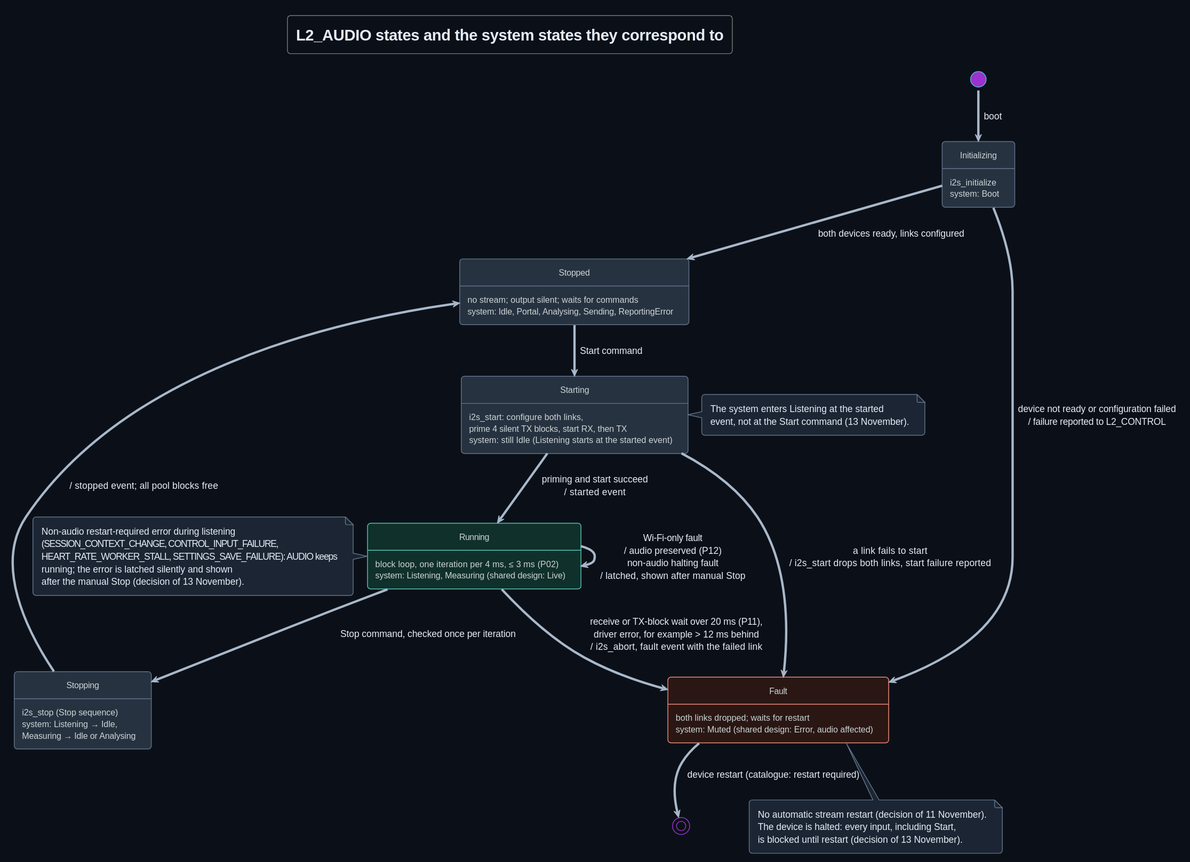
DemonicPsychoII/DigitalStethoscope keeps this PlantUML diagram as Development/system/design/AUDIO/rendered/audio_state.svg. Above is the earlier version.
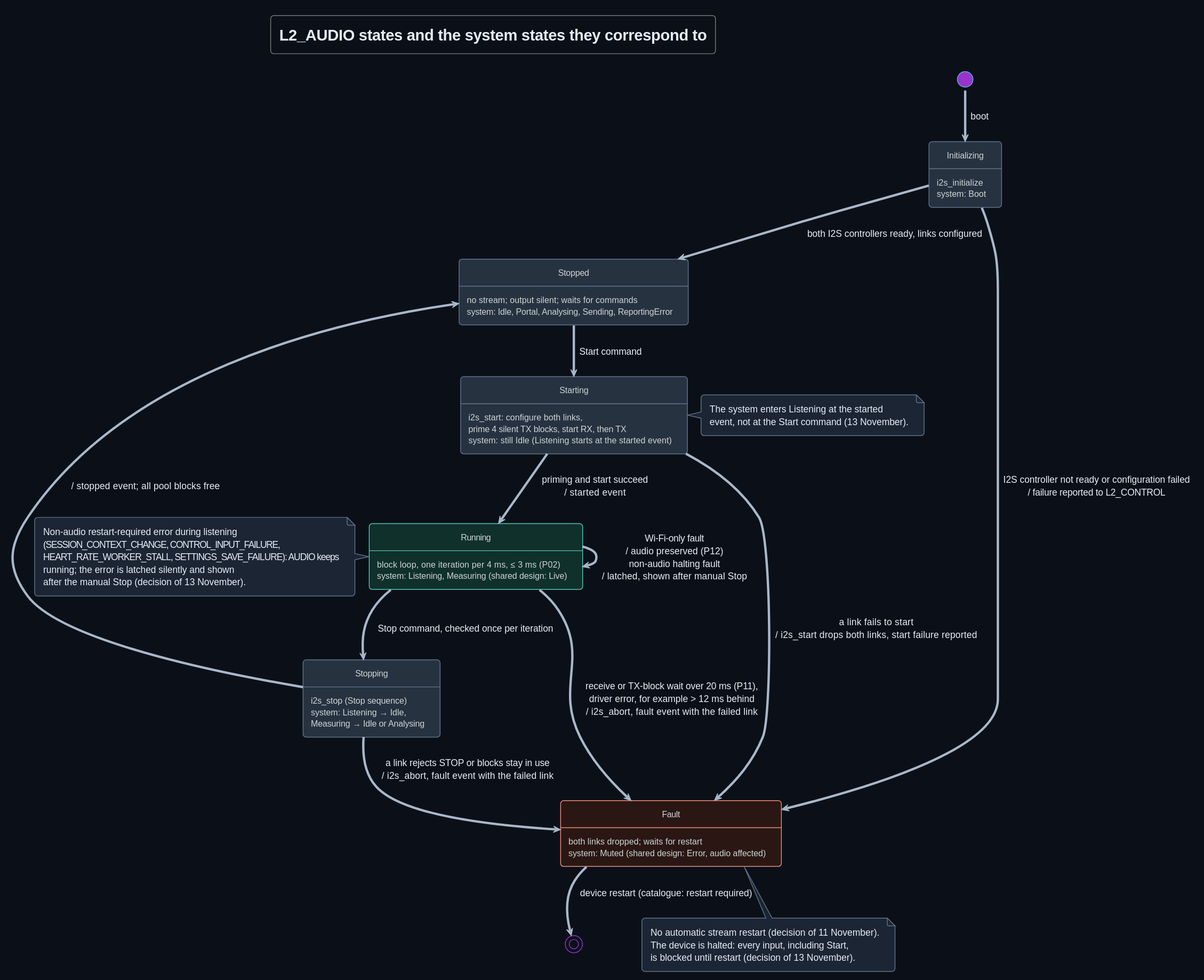
The same diagram one commit later.

Commit message:
TICKET-185: documentation: route a rejected or incomplete Stop to the audio fault path and test boot failures that the controllers can report

Change to the diagram source:
```diff
@@ -33,13 +33,14 @@
 state "Stopping" as Stopping : i2s_stop (Stop sequence)\nsystem: Listening → Idle,\nMeasuring → Idle or Analysing
 state "Fault" as Fault <<fault>> : both links dropped; waits for restart\nsystem: Muted (shared design: Error, audio affected)
 [*] --> Initializing : boot
-Initializing --> Stopped : both devices ready, links configured
-Initializing --> Fault : device not ready or configuration failed\n/ failure reported to L2_CONTROL
+Initializing --> Stopped : both I2S controllers ready, links configured
+Initializing --> Fault : I2S controller not ready or configuration failed\n/ failure reported to L2_CONTROL
 Stopped --> Starting : Start command
 Starting --> Running : priming and start succeed\n/ started event
 Starting --> Fault : a link fails to start\n/ i2s_start drops both links, start failure reported
 Running --> Stopping : Stop command, checked once per iteration
 Stopping --> Stopped : / stopped event; all pool blocks free
+Stopping --> Fault : a link rejects STOP or blocks stay in use\n/ i2s_abort, fault event with the failed link
 Running --> Fault : receive or TX-block wait over 20 ms (P11),\ndriver error, for example > 12 ms behind\n/ i2s_abort, fault event with the failed link
 Running --> Running : Wi-Fi-only fault\n/ audio preserved (P12)\nnon-audio halting fault\n/ latched, shown after manual Stop
 Fault --> [*] : device restart (catalogue: restart required)
```
